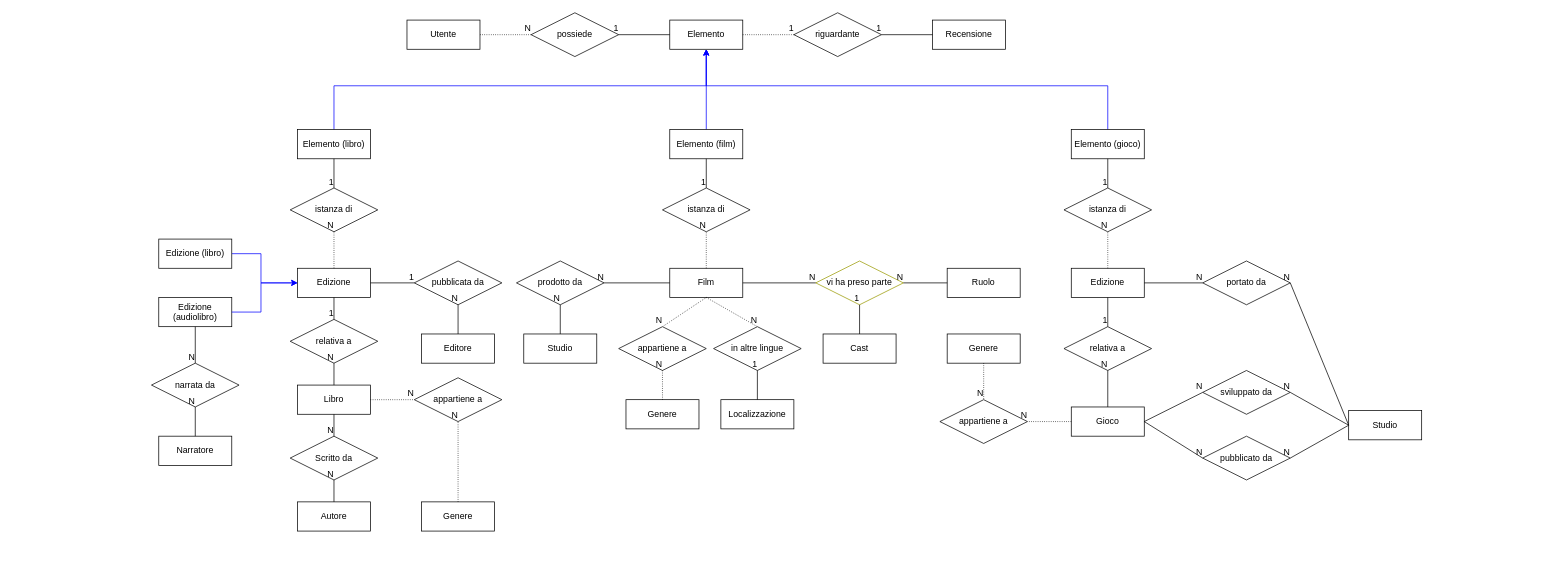
Above: schema-scheletro.drawio in Steffo99/unimore-bdd-2020-alexandria (draw.io), before the change. Source tidied: cells renumbered, new cells numbered last; positions are measured from the earlier drawing's top-left corner, leaving out a move shared by most shapes. Both pictures are drawn from the tidied source at 73%, with x=0, y=0 at pixel (151, 12).
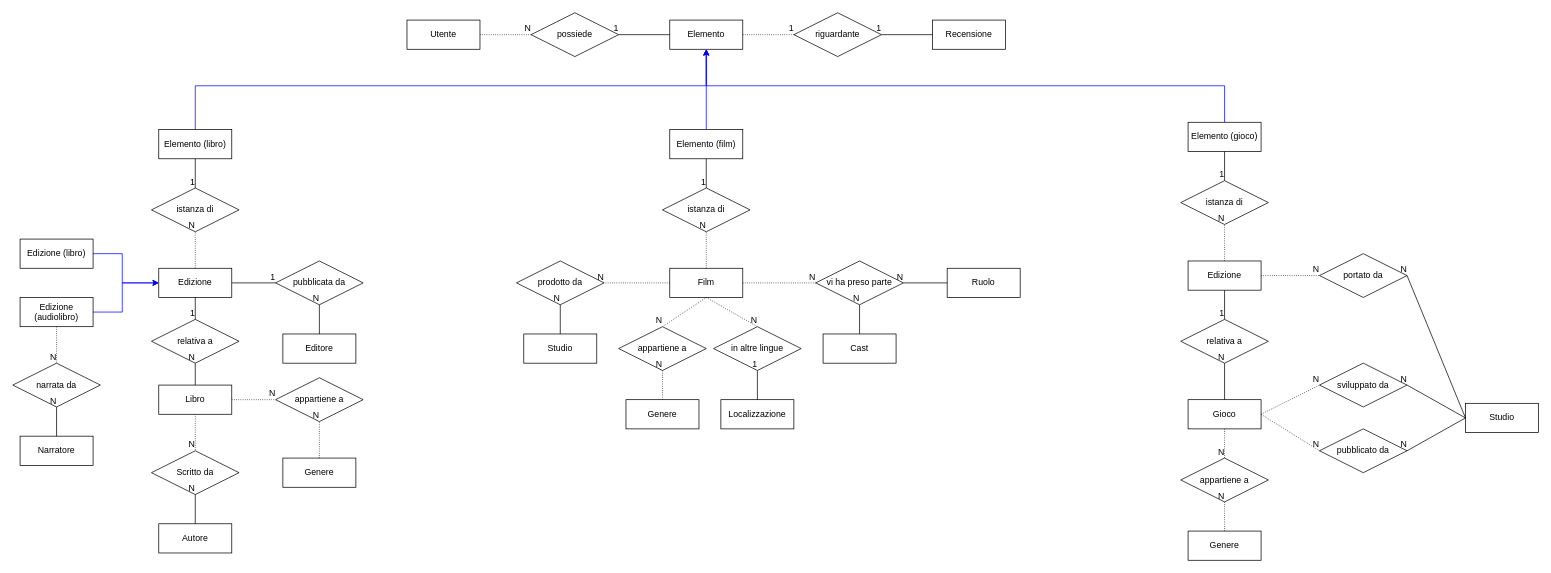
The same diagram, later.

Commit message:
Completa schema-scheletro

Unchanged cells that the change refers to:
```xml
<mxCell id="4" value="Elemento" style="whiteSpace=wrap;html=1;align=center;" parent="1" vertex="1">
  <mxGeometry x="710" y="10" width="100" height="40" as="geometry" />
</mxCell>
<mxCell id="64" value="Cast" style="whiteSpace=wrap;html=1;align=center;" parent="1" vertex="1">
  <mxGeometry x="920" y="440" width="100" height="40" as="geometry" />
</mxCell>
<mxCell id="66" value="Film" style="whiteSpace=wrap;html=1;align=center;" parent="1" vertex="1">
  <mxGeometry x="710" y="350" width="100" height="40" as="geometry" />
</mxCell>
<mxCell id="70" value="prodotto da" style="shape=rhombus;perimeter=rhombusPerimeter;whiteSpace=wrap;html=1;align=center;" parent="1" vertex="1">
  <mxGeometry x="500" y="340" width="120" height="60" as="geometry" />
</mxCell>
```

Change to the diagram source:
```diff
@@
     <mxCell id="5" style="edgeStyle=orthogonalEdgeStyle;rounded=0;jettySize=auto;html=1;exitX=0.5;exitY=0;exitDx=0;exitDy=0;entryX=0.5;entryY=1;entryDx=0;entryDy=0;strokeColor=#0000FF;" parent="1" edge="1" source="6" target="4">
       <mxGeometry relative="1" as="geometry">
         <Array as="points">
-          <mxPoint x="250" y="100" />
+          <mxPoint x="60" y="100" />
           <mxPoint x="760" y="100" />
         </Array>
       </mxGeometry>
     </mxCell>
     <mxCell id="6" value="Elemento (libro)" style="whiteSpace=wrap;html=1;align=center;" parent="1" vertex="1">
-      <mxGeometry x="200" y="160" width="100" height="40" as="geometry" />
+      <mxGeometry x="10" y="160" width="100" height="40" as="geometry" />
     </mxCell>
@@
     <mxCell id="9" style="edgeStyle=orthogonalEdgeStyle;rounded=0;jettySize=auto;html=1;entryX=0.5;entryY=1;entryDx=0;entryDy=0;strokeColor=#0000FF;" parent="1" edge="1" source="10" target="4">
       <mxGeometry relative="1" as="geometry">
         <Array as="points">
-          <mxPoint x="1310" y="100" />
+          <mxPoint x="1470" y="100" />
           <mxPoint x="760" y="100" />
         </Array>
       </mxGeometry>
     </mxCell>
     <mxCell id="10" value="Elemento (gioco)" style="whiteSpace=wrap;html=1;align=center;" parent="1" vertex="1">
-      <mxGeometry x="1260" y="160" width="100" height="40" as="geometry" />
+      <mxGeometry x="1420" y="150" width="100" height="40" as="geometry" />
     </mxCell>
@@
     <mxCell id="21" value="Edizione" style="whiteSpace=wrap;html=1;align=center;" parent="1" vertex="1">
-      <mxGeometry x="200" y="350" width="100" height="40" as="geometry" />
+      <mxGeometry x="10" y="350" width="100" height="40" as="geometry" />
     </mxCell>
     <mxCell id="22" value="istanza di" style="shape=rhombus;perimeter=rhombusPerimeter;whiteSpace=wrap;html=1;align=center;" parent="1" vertex="1">
-      <mxGeometry x="190" y="240" width="120" height="60" as="geometry" />
+      <mxGeometry y="240" width="120" height="60" as="geometry" />
     </mxCell>
     <mxCell id="23" style="edgeStyle=orthogonalEdgeStyle;rounded=0;jettySize=auto;html=1;entryX=0;entryY=0.5;entryDx=0;entryDy=0;strokeColor=#0000FF;" parent="1" edge="1" source="24" target="21">
       <mxGeometry relative="1" as="geometry">
         <Array as="points">
-          <mxPoint x="150" y="330" />
-          <mxPoint x="150" y="370" />
+          <mxPoint x="-40" y="330" />
+          <mxPoint x="-40" y="370" />
         </Array>
       </mxGeometry>
     </mxCell>
     <mxCell id="24" value="Edizione (libro)" style="whiteSpace=wrap;html=1;align=center;" parent="1" vertex="1">
-      <mxGeometry x="10" y="310" width="100" height="40" as="geometry" />
+      <mxGeometry x="-180" y="310" width="100" height="40" as="geometry" />
     </mxCell>
     <mxCell id="25" value="Edizione (audiolibro)" style="whiteSpace=wrap;html=1;align=center;" parent="1" vertex="1">
-      <mxGeometry x="10" y="390" width="100" height="40" as="geometry" />
+      <mxGeometry x="-180" y="390" width="100" height="40" as="geometry" />
     </mxCell>
@@
     <mxCell id="30" style="edgeStyle=orthogonalEdgeStyle;rounded=0;jettySize=auto;html=1;entryX=0;entryY=0.5;entryDx=0;entryDy=0;exitX=1;exitY=0.5;exitDx=0;exitDy=0;strokeColor=#0000FF;" parent="1" edge="1" source="25" target="21">
       <mxGeometry relative="1" as="geometry">
         <Array as="points">
-          <mxPoint x="150" y="410" />
-          <mxPoint x="150" y="370" />
+          <mxPoint x="-40" y="410" />
+          <mxPoint x="-40" y="370" />
         </Array>
       </mxGeometry>
     </mxCell>
     <mxCell id="31" value="Libro" style="whiteSpace=wrap;html=1;align=center;" parent="1" vertex="1">
-      <mxGeometry x="200" y="510" width="100" height="40" as="geometry" />
+      <mxGeometry x="10" y="510" width="100" height="40" as="geometry" />
     </mxCell>
     <mxCell id="32" value="relativa a" style="shape=rhombus;perimeter=rhombusPerimeter;whiteSpace=wrap;html=1;align=center;" parent="1" vertex="1">
-      <mxGeometry x="190" y="420" width="120" height="60" as="geometry" />
+      <mxGeometry y="420" width="120" height="60" as="geometry" />
     </mxCell>
@@
     <mxCell id="37" value="Autore" style="whiteSpace=wrap;html=1;align=center;" parent="1" vertex="1">
-      <mxGeometry x="200" y="670" width="100" height="40" as="geometry" />
+      <mxGeometry x="10" y="700" width="100" height="40" as="geometry" />
     </mxCell>
     <mxCell id="38" value="Scritto da" style="shape=rhombus;perimeter=rhombusPerimeter;whiteSpace=wrap;html=1;align=center;" parent="1" vertex="1">
-      <mxGeometry x="190" y="580" width="120" height="60" as="geometry" />
+      <mxGeometry y="600" width="120" height="60" as="geometry" />
     </mxCell>
-    <mxCell id="39" style="endArrow=none;html=1;rounded=0;strokeColor=#000000;entryX=0.5;entryY=0;entryDx=0;entryDy=0;exitX=0.5;exitY=1;exitDx=0;exitDy=0;" parent="1" edge="1" source="31" target="38">
-      <mxGeometry relative="1" as="geometry" />
-    </mxCell>
-    <mxCell id="40" value="N" style="html=1;align=right;verticalAlign=bottom;" parent="39" vertex="1">
-      <mxGeometry x="1" relative="1" as="geometry" />
-    </mxCell>
@@
     <mxCell id="43" value="pubblicata da" style="shape=rhombus;perimeter=rhombusPerimeter;whiteSpace=wrap;html=1;align=center;" parent="1" vertex="1">
-      <mxGeometry x="360" y="340" width="120" height="60" as="geometry" />
+      <mxGeometry x="170" y="340" width="120" height="60" as="geometry" />
     </mxCell>
     <mxCell id="44" value="Editore" style="whiteSpace=wrap;html=1;align=center;" parent="1" vertex="1">
-      <mxGeometry x="370" y="440" width="100" height="40" as="geometry" />
+      <mxGeometry x="180" y="440" width="100" height="40" as="geometry" />
     </mxCell>
@@
     <mxCell id="49" value="narrata da" style="shape=rhombus;perimeter=rhombusPerimeter;whiteSpace=wrap;html=1;align=center;strokeColor=#000000;" parent="1" vertex="1">
-      <mxGeometry y="480" width="120" height="60" as="geometry" />
+      <mxGeometry x="-190" y="480" width="120" height="60" as="geometry" />
     </mxCell>
     <mxCell id="50" value="Narratore" style="whiteSpace=wrap;html=1;align=center;strokeColor=#000000;" parent="1" vertex="1">
-      <mxGeometry x="10" y="580" width="100" height="40" as="geometry" />
+      <mxGeometry x="-180" y="580" width="100" height="40" as="geometry" />
     </mxCell>
-    <mxCell id="51" style="endArrow=none;html=1;rounded=0;strokeColor=#000000;entryX=0.5;entryY=0;entryDx=0;entryDy=0;exitX=0.5;exitY=1;exitDx=0;exitDy=0;" parent="1" edge="1" source="25" target="49">
-      <mxGeometry relative="1" as="geometry" />
-    </mxCell>
-    <mxCell id="52" value="N" style="html=1;align=right;verticalAlign=bottom;" parent="51" vertex="1">
-      <mxGeometry x="1" relative="1" as="geometry" />
-    </mxCell>
@@
     <mxCell id="55" value="Edizione" style="whiteSpace=wrap;html=1;align=center;" parent="1" vertex="1">
-      <mxGeometry x="1260" y="350" width="100" height="40" as="geometry" />
+      <mxGeometry x="1420" y="340" width="100" height="40" as="geometry" />
     </mxCell>
     <mxCell id="56" value="Genere" style="whiteSpace=wrap;html=1;align=center;" parent="1" vertex="1">
-      <mxGeometry x="1090" y="440" width="100" height="40" as="geometry" />
+      <mxGeometry x="1420" y="710" width="100" height="40" as="geometry" />
     </mxCell>
     <mxCell id="57" value="pubblicato da" style="shape=rhombus;perimeter=rhombusPerimeter;whiteSpace=wrap;html=1;align=center;" parent="1" vertex="1">
-      <mxGeometry x="1440" y="580" width="120" height="60" as="geometry" />
+      <mxGeometry x="1600" y="570" width="120" height="60" as="geometry" />
     </mxCell>
     <mxCell id="58" value="appartiene a" style="shape=rhombus;perimeter=rhombusPerimeter;whiteSpace=wrap;html=1;align=center;" parent="1" vertex="1">
-      <mxGeometry x="1080" y="530" width="120" height="60" as="geometry" />
+      <mxGeometry x="1410" y="610" width="120" height="60" as="geometry" />
     </mxCell>
     <mxCell id="59" value="&lt;div&gt;sviluppato da&lt;/div&gt;" style="shape=rhombus;perimeter=rhombusPerimeter;whiteSpace=wrap;html=1;align=center;" parent="1" vertex="1">
-      <mxGeometry x="1440" y="490" width="120" height="60" as="geometry" />
+      <mxGeometry x="1600" y="480" width="120" height="60" as="geometry" />
     </mxCell>
     <mxCell id="60" value="istanza di" style="shape=rhombus;perimeter=rhombusPerimeter;whiteSpace=wrap;html=1;align=center;" parent="1" vertex="1">
-      <mxGeometry x="1250" y="240" width="120" height="60" as="geometry" />
+      <mxGeometry x="1410" y="230" width="120" height="60" as="geometry" />
     </mxCell>
@@
     <mxCell id="67" value="Gioco" style="whiteSpace=wrap;html=1;align=center;" parent="1" vertex="1">
-      <mxGeometry x="1260" y="540" width="100" height="40" as="geometry" />
+      <mxGeometry x="1420" y="530" width="100" height="40" as="geometry" />
     </mxCell>
     <mxCell id="68" value="relativa a" style="shape=rhombus;perimeter=rhombusPerimeter;whiteSpace=wrap;html=1;align=center;" parent="1" vertex="1">
-      <mxGeometry x="1250" y="430" width="120" height="60" as="geometry" />
+      <mxGeometry x="1410" y="420" width="120" height="60" as="geometry" />
     </mxCell>
@@
-    <mxCell id="76" style="endArrow=none;html=1;rounded=0;entryX=1;entryY=0.5;entryDx=0;entryDy=0;exitX=0;exitY=0.5;exitDx=0;exitDy=0;" parent="1" edge="1" source="66" target="70">
-      <mxGeometry relative="1" as="geometry" />
-    </mxCell>
-    <mxCell id="77" value="N" style="html=1;align=right;verticalAlign=bottom;" parent="76" vertex="1">
-      <mxGeometry x="1" relative="1" as="geometry" />
-    </mxCell>
@@
-    <mxCell id="82" value="vi ha preso parte" style="shape=rhombus;perimeter=rhombusPerimeter;whiteSpace=wrap;html=1;align=center;strokeColor=#999900;" parent="1" vertex="1">
+    <mxCell id="82" value="vi ha preso parte" style="shape=rhombus;perimeter=rhombusPerimeter;whiteSpace=wrap;html=1;align=center;strokeColor=#000000;" parent="1" vertex="1">
       <mxGeometry x="910" y="340" width="120" height="60" as="geometry" />
     </mxCell>
     <mxCell id="83" value="Genere" style="whiteSpace=wrap;html=1;align=center;" parent="1" vertex="1">
-      <mxGeometry x="370" y="670" width="100" height="40" as="geometry" />
+      <mxGeometry x="180" y="610" width="100" height="40" as="geometry" />
     </mxCell>
     <mxCell id="84" value="appartiene a" style="shape=rhombus;perimeter=rhombusPerimeter;whiteSpace=wrap;html=1;align=center;" parent="1" vertex="1">
-      <mxGeometry x="360" y="500" width="120" height="60" as="geometry" />
+      <mxGeometry x="170" y="500" width="120" height="60" as="geometry" />
     </mxCell>
@@
-    <mxCell id="87" style="endArrow=none;html=1;rounded=0;entryX=0;entryY=0.5;entryDx=0;entryDy=0;exitX=1;exitY=0.5;exitDx=0;exitDy=0;" parent="1" edge="1" source="66" target="82">
-      <mxGeometry relative="1" as="geometry" />
-    </mxCell>
-    <mxCell id="88" value="N" style="html=1;align=right;verticalAlign=bottom;" parent="87" vertex="1">
-      <mxGeometry x="1" relative="1" as="geometry" />
-    </mxCell>
-    <mxCell id="89" style="endArrow=none;html=1;rounded=0;entryX=0.5;entryY=1;entryDx=0;entryDy=0;exitX=0.5;exitY=0;exitDx=0;exitDy=0;" parent="1" edge="1" source="64" target="82">
-      <mxGeometry relative="1" as="geometry" />
-    </mxCell>
-    <mxCell id="90" value="1" style="html=1;align=right;verticalAlign=bottom;" parent="89" vertex="1">
-      <mxGeometry x="1" relative="1" as="geometry" />
-    </mxCell>
@@
-    <mxCell id="106" style="endArrow=none;html=1;rounded=0;entryX=0;entryY=0.5;entryDx=0;entryDy=0;exitX=1;exitY=0.5;exitDx=0;exitDy=0;" parent="1" edge="1" source="67" target="59">
-      <mxGeometry relative="1" as="geometry" />
-    </mxCell>
-    <mxCell id="107" value="N" style="html=1;align=right;verticalAlign=bottom;" parent="106" vertex="1">
-      <mxGeometry x="1" relative="1" as="geometry" />
-    </mxCell>
-    <mxCell id="108" style="endArrow=none;html=1;rounded=0;entryX=0;entryY=0.5;entryDx=0;entryDy=0;exitX=1;exitY=0.5;exitDx=0;exitDy=0;" parent="1" edge="1" source="67" target="57">
-      <mxGeometry relative="1" as="geometry" />
-    </mxCell>
-    <mxCell id="109" value="N" style="html=1;align=right;verticalAlign=bottom;" parent="108" vertex="1">
-      <mxGeometry x="1" relative="1" as="geometry" />
-    </mxCell>
     <mxCell id="110" value="portato da" style="shape=rhombus;perimeter=rhombusPerimeter;whiteSpace=wrap;html=1;align=center;strokeColor=#000000;" parent="1" vertex="1">
-      <mxGeometry x="1440" y="340" width="120" height="60" as="geometry" />
+      <mxGeometry x="1600" y="330" width="120" height="60" as="geometry" />
     </mxCell>
-    <mxCell id="111" style="endArrow=none;html=1;rounded=0;entryX=0;entryY=0.5;entryDx=0;entryDy=0;exitX=1;exitY=0.5;exitDx=0;exitDy=0;" parent="1" edge="1" source="55" target="110">
-      <mxGeometry relative="1" as="geometry" />
-    </mxCell>
-    <mxCell id="112" value="N" style="html=1;align=right;verticalAlign=bottom;" parent="111" vertex="1">
-      <mxGeometry x="1" relative="1" as="geometry" />
-    </mxCell>
     <mxCell id="113" value="Studio" style="whiteSpace=wrap;html=1;align=center;strokeColor=#000000;" parent="1" vertex="1">
-      <mxGeometry x="1640" y="545" width="100" height="40" as="geometry" />
+      <mxGeometry x="1800" y="535" width="100" height="40" as="geometry" />
     </mxCell>
@@
-    <mxCell id="120" style="endArrow=none;html=1;rounded=0;dashed=1;dashPattern=1 2;entryX=1;entryY=0.5;entryDx=0;entryDy=0;exitX=0;exitY=0.5;exitDx=0;exitDy=0;" parent="1" edge="1" source="67" target="58">
+    <mxCell id="120" style="endArrow=none;html=1;rounded=0;dashed=1;dashPattern=1 2;entryX=0.5;entryY=0;entryDx=0;entryDy=0;exitX=0.5;exitY=1;exitDx=0;exitDy=0;" parent="1" edge="1" source="67" target="58">
       <mxGeometry relative="1" as="geometry" />
     </mxCell>
@@
-    <mxCell id="126" style="endArrow=none;html=1;rounded=0;dashed=1;dashPattern=1 2;entryX=0.5;entryY=0;entryDx=0;entryDy=0;exitX=0.5;exitY=1;exitDx=0;exitDy=0;" parent="1" edge="1" source="56" target="58">
+    <mxCell id="126" style="endArrow=none;html=1;rounded=0;dashed=1;dashPattern=1 2;entryX=0.5;entryY=1;entryDx=0;entryDy=0;exitX=0.5;exitY=0;exitDx=0;exitDy=0;" parent="1" edge="1" source="56" target="58">
       <mxGeometry relative="1" as="geometry" />
     </mxCell>
@@
+    <mxCell id="89" style="endArrow=none;html=1;rounded=0;entryX=0.5;entryY=1;entryDx=0;entryDy=0;" parent="1" edge="1" source="64" target="82">
+      <mxGeometry relative="1" as="geometry" />
+    </mxCell>
+    <mxCell id="128" value="N" style="html=1;align=right;verticalAlign=bottom;" parent="89" vertex="1">
+      <mxGeometry x="1" relative="1" as="geometry" />
+    </mxCell>
+    <mxCell id="51" style="endArrow=none;html=1;rounded=0;dashed=1;dashPattern=1 2;entryX=0.5;entryY=0;entryDx=0;entryDy=0;exitX=0.5;exitY=1;exitDx=0;exitDy=0;" parent="1" edge="1" source="25" target="49">
+      <mxGeometry relative="1" as="geometry" />
+    </mxCell>
+    <mxCell id="129" value="N" style="html=1;align=right;verticalAlign=bottom;" parent="51" vertex="1">
+      <mxGeometry x="1" relative="1" as="geometry" />
+    </mxCell>
+    <mxCell id="39" style="endArrow=none;html=1;rounded=0;dashed=1;dashPattern=1 2;exitX=0.5;exitY=1;exitDx=0;exitDy=0;entryX=0.5;entryY=0;entryDx=0;entryDy=0;" parent="1" edge="1" source="31" target="38">
+      <mxGeometry relative="1" as="geometry" />
+    </mxCell>
+    <mxCell id="130" value="N" style="html=1;align=right;verticalAlign=bottom;" parent="39" vertex="1">
+      <mxGeometry x="1" relative="1" as="geometry" />
+    </mxCell>
+    <mxCell id="76" style="endArrow=none;html=1;rounded=0;dashed=1;dashPattern=1 2;entryX=1;entryY=0.5;entryDx=0;entryDy=0;exitX=0;exitY=0.5;exitDx=0;exitDy=0;" parent="1" edge="1" source="66" target="70">
+      <mxGeometry relative="1" as="geometry" />
+    </mxCell>
+    <mxCell id="131" value="N" style="html=1;align=right;verticalAlign=bottom;" parent="76" vertex="1">
+      <mxGeometry x="1" relative="1" as="geometry" />
+    </mxCell>
+    <mxCell id="87" style="endArrow=none;html=1;rounded=0;dashed=1;dashPattern=1 2;entryX=0;entryY=0.5;entryDx=0;entryDy=0;exitX=1;exitY=0.5;exitDx=0;exitDy=0;" parent="1" edge="1" source="66" target="82">
+      <mxGeometry relative="1" as="geometry" />
+    </mxCell>
+    <mxCell id="132" value="N" style="html=1;align=right;verticalAlign=bottom;" parent="87" vertex="1">
+      <mxGeometry x="1" relative="1" as="geometry" />
+    </mxCell>
+    <mxCell id="108" style="endArrow=none;html=1;rounded=0;dashed=1;dashPattern=1 2;entryX=0;entryY=0.5;entryDx=0;entryDy=0;exitX=1;exitY=0.5;exitDx=0;exitDy=0;" parent="1" edge="1" source="67" target="57">
+      <mxGeometry relative="1" as="geometry" />
+    </mxCell>
+    <mxCell id="133" value="N" style="html=1;align=right;verticalAlign=bottom;" parent="108" vertex="1">
+      <mxGeometry x="1" relative="1" as="geometry" />
+    </mxCell>
+    <mxCell id="106" style="endArrow=none;html=1;rounded=0;dashed=1;dashPattern=1 2;exitX=1;exitY=0.5;exitDx=0;exitDy=0;entryX=0;entryY=0.5;entryDx=0;entryDy=0;" parent="1" edge="1" source="67" target="59">
+      <mxGeometry relative="1" as="geometry" />
+    </mxCell>
+    <mxCell id="134" value="N" style="html=1;align=right;verticalAlign=bottom;" parent="106" vertex="1">
+      <mxGeometry x="1" relative="1" as="geometry" />
+    </mxCell>
+    <mxCell id="111" style="endArrow=none;html=1;rounded=0;dashed=1;dashPattern=1 2;entryX=0;entryY=0.5;entryDx=0;entryDy=0;exitX=1;exitY=0.5;exitDx=0;exitDy=0;" parent="1" edge="1" source="55" target="110">
+      <mxGeometry relative="1" as="geometry" />
+    </mxCell>
+    <mxCell id="135" value="N" style="html=1;align=right;verticalAlign=bottom;" parent="111" vertex="1">
+      <mxGeometry x="1" relative="1" as="geometry" />
+    </mxCell>
```
